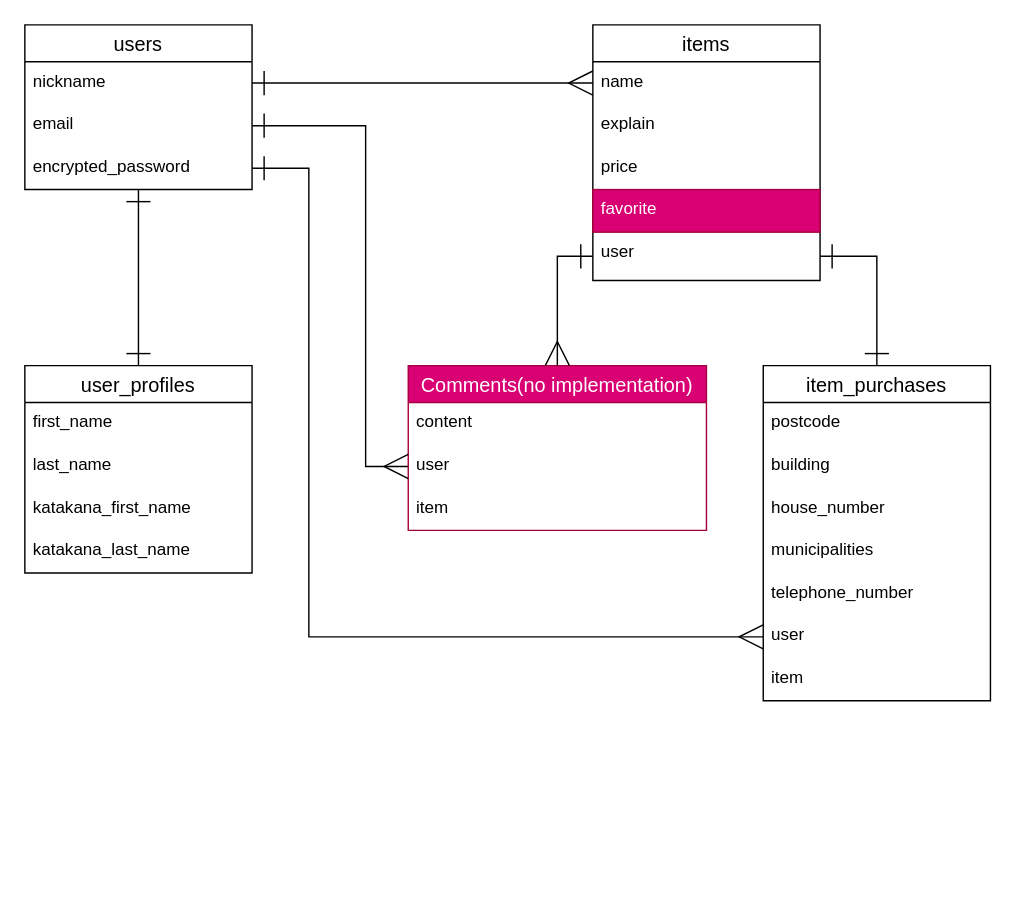
Earlier version of the draw.io diagram ER.dio (IseUtoshi/furima-37884). Source tidied: cells renumbered, new cells numbered last; positions are measured from the earlier drawing's top-left corner, leaving out a move shared by most shapes. Both pictures are drawn from the tidied source at 142%, with x=0, y=0 at pixel (24, 24).
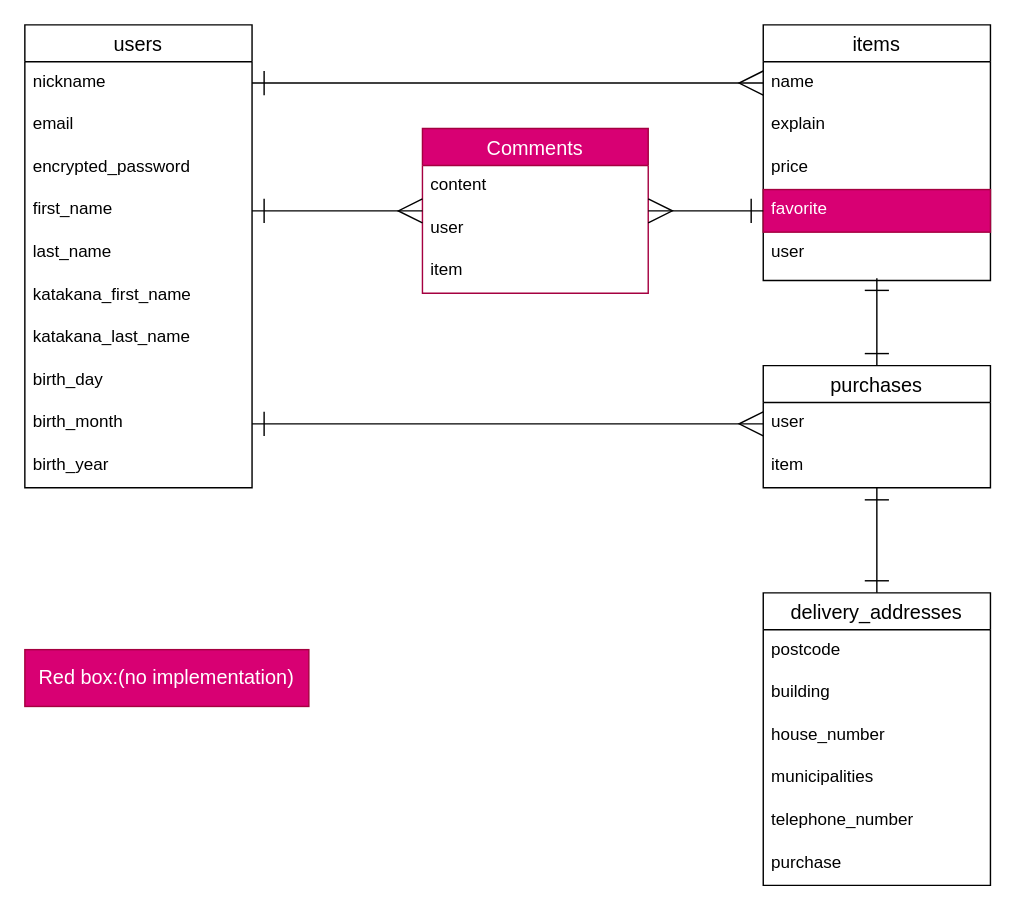
Above is the later version.

Commit message (it also covers changes not shown here):
コメント指摘箇所の修正1

The change refers to these unchanged cells:
```xml
<mxCell id="5" value="email" style="text;strokeColor=none;fillColor=none;spacingLeft=4;spacingRight=4;overflow=hidden;points=[[0,0.5],[1,0.5]];portConstraint=eastwest;fontSize=12;" parent="3" vertex="1">
  <mxGeometry y="56" width="160" height="30" as="geometry" />
</mxCell>
<mxCell id="16" value="favorite" style="text;strokeColor=#A50040;fillColor=#d80073;spacingLeft=4;spacingRight=4;overflow=hidden;points=[[0,0.5],[1,0.5]];portConstraint=eastwest;fontSize=12;fontColor=#ffffff;" parent="12" vertex="1">
  <mxGeometry y="116" width="160" height="30" as="geometry" />
</mxCell>
<mxCell id="17" value="user" style="text;strokeColor=none;fillColor=none;spacingLeft=4;spacingRight=4;overflow=hidden;points=[[0,0.5],[1,0.5]];portConstraint=eastwest;fontSize=12;" parent="12" vertex="1">
  <mxGeometry y="146" width="160" height="34" as="geometry" />
</mxCell>
```

What changed in the source:
```diff
@@
-    <mxCell id="2" style="edgeStyle=none;html=1;entryX=0.5;entryY=0;entryDx=0;entryDy=0;endArrow=ERone;endFill=0;endSize=15;startSize=15;startArrow=ERone;startFill=0;" parent="1" edge="1" source="3" target="7">
-      <mxGeometry relative="1" as="geometry" />
-    </mxCell>
     <mxCell id="3" value="users" style="swimlane;fontStyle=0;horizontal=1;startSize=26;align=center;fontSize=14;swimlaneLine=1;" parent="1" vertex="1">
-      <mxGeometry width="160" height="116" as="geometry" />
+      <mxGeometry width="160" height="326" as="geometry" />
     </mxCell>
@@
-    <mxCell id="6" value="encrypted_password" style="text;strokeColor=none;fillColor=none;spacingLeft=4;spacingRight=4;overflow=hidden;points=[[0,0.5],[1,0.5]];portConstraint=eastwest;fontSize=12;" parent="3" vertex="1">
-      <mxGeometry y="86" width="160" height="30" as="geometry" />
-    </mxCell>
-    <mxCell id="7" value="user_profiles" style="swimlane;fontStyle=0;horizontal=1;startSize=26;align=center;fontSize=14;" parent="1" vertex="1">
-      <mxGeometry y="240" width="160" height="146" as="geometry" />
-    </mxCell>
+    <mxCell id="35" value="encrypted_password" style="text;strokeColor=none;fillColor=none;spacingLeft=4;spacingRight=4;overflow=hidden;fontSize=12;" parent="3" vertex="1">
+      <mxGeometry y="86" width="160" height="30" as="geometry" />
+    </mxCell>
-    <mxCell id="8" value="first_name" style="text;strokeColor=none;fillColor=none;spacingLeft=4;spacingRight=4;overflow=hidden;points=[[0,0.5],[1,0.5]];portConstraint=eastwest;fontSize=12;" parent="7" vertex="1">
-      <mxGeometry y="26" width="160" height="30" as="geometry" />
+    <mxCell id="8" value="first_name" style="text;strokeColor=none;fillColor=none;spacingLeft=4;spacingRight=4;overflow=hidden;points=[[0,0.5],[1,0.5]];portConstraint=eastwest;fontSize=12;" parent="3" vertex="1">
+      <mxGeometry y="116" width="160" height="30" as="geometry" />
     </mxCell>
-    <mxCell id="9" value="last_name" style="text;strokeColor=none;fillColor=none;spacingLeft=4;spacingRight=4;overflow=hidden;fontSize=12;" parent="7" vertex="1">
-      <mxGeometry y="56" width="160" height="30" as="geometry" />
+    <mxCell id="9" value="last_name" style="text;strokeColor=none;fillColor=none;spacingLeft=4;spacingRight=4;overflow=hidden;fontSize=12;" parent="3" vertex="1">
+      <mxGeometry y="146" width="160" height="30" as="geometry" />
     </mxCell>
-    <mxCell id="10" value="katakana_first_name" style="text;strokeColor=none;fillColor=none;spacingLeft=4;spacingRight=4;overflow=hidden;fontSize=12;" parent="7" vertex="1">
-      <mxGeometry y="86" width="160" height="30" as="geometry" />
+    <mxCell id="10" value="katakana_first_name" style="text;strokeColor=none;fillColor=none;spacingLeft=4;spacingRight=4;overflow=hidden;fontSize=12;" parent="3" vertex="1">
+      <mxGeometry y="176" width="160" height="30" as="geometry" />
     </mxCell>
-    <mxCell id="11" value="katakana_last_name" style="text;strokeColor=none;fillColor=none;spacingLeft=4;spacingRight=4;overflow=hidden;fontSize=12;" parent="7" vertex="1">
-      <mxGeometry y="116" width="160" height="30" as="geometry" />
+    <mxCell id="11" value="katakana_last_name" style="text;strokeColor=none;fillColor=none;spacingLeft=4;spacingRight=4;overflow=hidden;fontSize=12;" parent="3" vertex="1">
+      <mxGeometry y="206" width="160" height="30" as="geometry" />
     </mxCell>
+    <mxCell id="36" value="birth_day" style="text;strokeColor=none;fillColor=none;spacingLeft=4;spacingRight=4;overflow=hidden;fontSize=12;" parent="3" vertex="1">
+      <mxGeometry y="236" width="160" height="30" as="geometry" />
+    </mxCell>
+    <mxCell id="37" value="birth_month" style="text;strokeColor=none;fillColor=none;spacingLeft=4;spacingRight=4;overflow=hidden;points=[[0,0.5],[1,0.5]];portConstraint=eastwest;fontSize=12;" parent="3" vertex="1">
+      <mxGeometry y="266" width="160" height="30" as="geometry" />
+    </mxCell>
+    <mxCell id="6" value="birth_year" style="text;strokeColor=none;fillColor=none;spacingLeft=4;spacingRight=4;overflow=hidden;points=[[0,0.5],[1,0.5]];portConstraint=eastwest;fontSize=12;" parent="3" vertex="1">
+      <mxGeometry y="296" width="160" height="30" as="geometry" />
+    </mxCell>
     <mxCell id="12" value="items" style="swimlane;fontStyle=0;horizontal=1;startSize=26;align=center;fontSize=14;" parent="1" vertex="1">
-      <mxGeometry x="400" width="160" height="180" as="geometry" />
+      <mxGeometry x="520" width="160" height="180" as="geometry" />
     </mxCell>
@@
-    <mxCell id="19" value="Comments(no implementation)" style="swimlane;fontStyle=0;horizontal=1;startSize=26;align=center;fontSize=14;fillColor=#d80073;fontColor=#ffffff;strokeColor=#A50040;" parent="1" vertex="1">
-      <mxGeometry x="270" y="240" width="210" height="116" as="geometry" />
+    <mxCell id="19" value="Comments" style="swimlane;fontStyle=0;horizontal=1;startSize=26;align=center;fontSize=14;fillColor=#d80073;fontColor=#ffffff;strokeColor=#A50040;" parent="1" vertex="1">
+      <mxGeometry x="280" y="73" width="159" height="116" as="geometry" />
     </mxCell>
     <mxCell id="20" value="content" style="text;strokeColor=none;fillColor=none;spacingLeft=4;spacingRight=4;overflow=hidden;fontSize=12;" parent="19" vertex="1">
-      <mxGeometry y="26" width="210" height="30" as="geometry" />
+      <mxGeometry y="26" width="159" height="30" as="geometry" />
     </mxCell>
     <mxCell id="21" value="user" style="text;strokeColor=none;fillColor=none;spacingLeft=4;spacingRight=4;overflow=hidden;points=[[0,0.5],[1,0.5]];portConstraint=eastwest;fontSize=12;" parent="19" vertex="1">
-      <mxGeometry y="56" width="210" height="30" as="geometry" />
+      <mxGeometry y="56" width="159" height="30" as="geometry" />
     </mxCell>
     <mxCell id="22" value="item" style="text;strokeColor=none;fillColor=none;spacingLeft=4;spacingRight=4;overflow=hidden;fontSize=12;" parent="19" vertex="1">
-      <mxGeometry y="86" width="210" height="30" as="geometry" />
+      <mxGeometry y="86" width="159" height="30" as="geometry" />
     </mxCell>
-    <mxCell id="23" value="item_purchases" style="swimlane;fontStyle=0;horizontal=1;startSize=26;align=center;fontSize=14;" parent="1" vertex="1">
-      <mxGeometry x="520" y="240" width="160" height="236" as="geometry" />
+    <mxCell id="23" value="delivery_addresses" style="swimlane;fontStyle=0;horizontal=1;startSize=26;align=center;fontSize=14;" parent="1" vertex="1">
+      <mxGeometry x="520" y="400" width="160" height="206" as="geometry" />
     </mxCell>
@@
+    <mxCell id="38" value="telephone_number" style="text;strokeColor=none;fillColor=none;spacingLeft=4;spacingRight=4;overflow=hidden;fontSize=12;" parent="23" vertex="1">
+      <mxGeometry y="146" width="160" height="30" as="geometry" />
+    </mxCell>
-    <mxCell id="28" value="telephone_number" style="text;strokeColor=none;fillColor=none;spacingLeft=4;spacingRight=4;overflow=hidden;fontSize=12;" parent="23" vertex="1">
-      <mxGeometry y="146" width="160" height="30" as="geometry" />
+    <mxCell id="28" value="purchase" style="text;strokeColor=none;fillColor=none;spacingLeft=4;spacingRight=4;overflow=hidden;fontSize=12;" parent="23" vertex="1">
+      <mxGeometry y="176" width="160" height="30" as="geometry" />
     </mxCell>
+    <mxCell id="31" style="edgeStyle=orthogonalEdgeStyle;html=1;startArrow=ERone;startFill=0;endArrow=ERone;endFill=0;startSize=15;endSize=15;rounded=0;entryX=0.5;entryY=0;entryDx=0;entryDy=0;exitX=0.5;exitY=0.956;exitDx=0;exitDy=0;exitPerimeter=0;" parent="1" edge="1" source="17" target="40">
+      <mxGeometry relative="1" as="geometry">
+        <Array as="points">
+          <mxPoint x="600" y="240" />
+          <mxPoint x="600" y="240" />
+        </Array>
+      </mxGeometry>
+    </mxCell>
+    <mxCell id="32" style="edgeStyle=orthogonalEdgeStyle;rounded=0;html=1;startArrow=ERone;startFill=0;endArrow=ERmany;endFill=0;startSize=15;endSize=15;exitX=0;exitY=0.5;exitDx=0;exitDy=0;" parent="1" edge="1" source="16" target="19">
+      <mxGeometry relative="1" as="geometry">
+        <Array as="points">
+          <mxPoint x="480" y="131" />
+          <mxPoint x="480" y="131" />
+        </Array>
+      </mxGeometry>
+    </mxCell>
+    <mxCell id="34" style="edgeStyle=orthogonalEdgeStyle;rounded=0;html=1;startArrow=ERone;startFill=0;endArrow=ERmany;endFill=0;startSize=15;endSize=15;exitX=1;exitY=0.5;exitDx=0;exitDy=0;entryX=0;entryY=0.5;entryDx=0;entryDy=0;" parent="1" edge="1" source="37" target="29">
+      <mxGeometry relative="1" as="geometry" />
+    </mxCell>
+    <mxCell id="39" style="edgeStyle=orthogonalEdgeStyle;rounded=0;html=1;entryX=0.5;entryY=0;entryDx=0;entryDy=0;fontSize=14;startArrow=ERone;startFill=0;endArrow=ERone;endFill=0;startSize=15;endSize=15;" parent="1" edge="1" source="40" target="23">
+      <mxGeometry relative="1" as="geometry" />
+    </mxCell>
+    <mxCell id="40" value="purchases" style="swimlane;fontStyle=0;horizontal=1;startSize=26;align=center;fontSize=14;" parent="1" vertex="1">
+      <mxGeometry x="520" y="240" width="160" height="86" as="geometry" />
+    </mxCell>
-    <mxCell id="29" value="user" style="text;strokeColor=none;fillColor=none;spacingLeft=4;spacingRight=4;overflow=hidden;points=[[0,0.5],[1,0.5]];portConstraint=eastwest;fontSize=12;" parent="23" vertex="1">
-      <mxGeometry y="176" width="160" height="30" as="geometry" />
+    <mxCell id="29" value="user" style="text;strokeColor=none;fillColor=none;spacingLeft=4;spacingRight=4;overflow=hidden;points=[[0,0.5],[1,0.5]];portConstraint=eastwest;fontSize=12;" parent="40" vertex="1">
+      <mxGeometry y="26" width="160" height="30" as="geometry" />
     </mxCell>
-    <mxCell id="30" value="item" style="text;strokeColor=none;fillColor=none;spacingLeft=4;spacingRight=4;overflow=hidden;fontSize=12;" parent="23" vertex="1">
-      <mxGeometry y="206" width="160" height="30" as="geometry" />
+    <mxCell id="30" value="item" style="text;strokeColor=none;fillColor=none;spacingLeft=4;spacingRight=4;overflow=hidden;fontSize=12;" parent="40" vertex="1">
+      <mxGeometry y="56" width="160" height="30" as="geometry" />
     </mxCell>
-    <mxCell id="31" style="edgeStyle=orthogonalEdgeStyle;html=1;startArrow=ERone;startFill=0;endArrow=ERone;endFill=0;startSize=15;endSize=15;rounded=0;entryX=0.5;entryY=0;entryDx=0;entryDy=0;" parent="1" edge="1" source="17" target="23">
-      <mxGeometry relative="1" as="geometry" />
-    </mxCell>
-    <mxCell id="32" style="edgeStyle=orthogonalEdgeStyle;rounded=0;html=1;startArrow=ERone;startFill=0;endArrow=ERmany;endFill=0;startSize=15;endSize=15;" parent="1" edge="1" source="17" target="19">
-      <mxGeometry relative="1" as="geometry" />
-    </mxCell>
-    <mxCell id="33" style="edgeStyle=orthogonalEdgeStyle;rounded=0;html=1;entryX=0;entryY=0.5;entryDx=0;entryDy=0;startArrow=ERone;startFill=0;endArrow=ERmany;endFill=0;startSize=15;endSize=15;exitX=1;exitY=0.5;exitDx=0;exitDy=0;" parent="1" edge="1" source="5" target="21">
-      <mxGeometry relative="1" as="geometry">
-        <Array as="points">
-          <mxPoint x="240" y="71" />
-          <mxPoint x="240" y="311" />
-        </Array>
-      </mxGeometry>
-    </mxCell>
-    <mxCell id="34" style="edgeStyle=orthogonalEdgeStyle;rounded=0;html=1;entryX=0;entryY=0.5;entryDx=0;entryDy=0;startArrow=ERone;startFill=0;endArrow=ERmany;endFill=0;startSize=15;endSize=15;" parent="1" edge="1" source="6" target="29">
-      <mxGeometry relative="1" as="geometry">
-        <Array as="points">
-          <mxPoint x="200" y="101" />
-          <mxPoint x="200" y="431" />
-        </Array>
-      </mxGeometry>
-    </mxCell>
+    <mxCell id="41" value="Red box:&lt;span style=&quot;color: rgb(255 , 255 , 255)&quot;&gt;(no implementation)&lt;/span&gt;" style="whiteSpace=wrap;html=1;align=center;fontSize=14;fillColor=#d80073;fontColor=#ffffff;strokeColor=#A50040;" parent="1" vertex="1">
+      <mxGeometry y="440" width="200" height="40" as="geometry" />
+    </mxCell>
+    <mxCell id="42" style="edgeStyle=orthogonalEdgeStyle;rounded=0;html=1;entryX=0;entryY=0.067;entryDx=0;entryDy=0;entryPerimeter=0;fontSize=14;startArrow=ERone;startFill=0;endArrow=ERmany;endFill=0;startSize=15;endSize=15;" parent="1" edge="1" source="8" target="21">
+      <mxGeometry relative="1" as="geometry" />
+    </mxCell>
```
